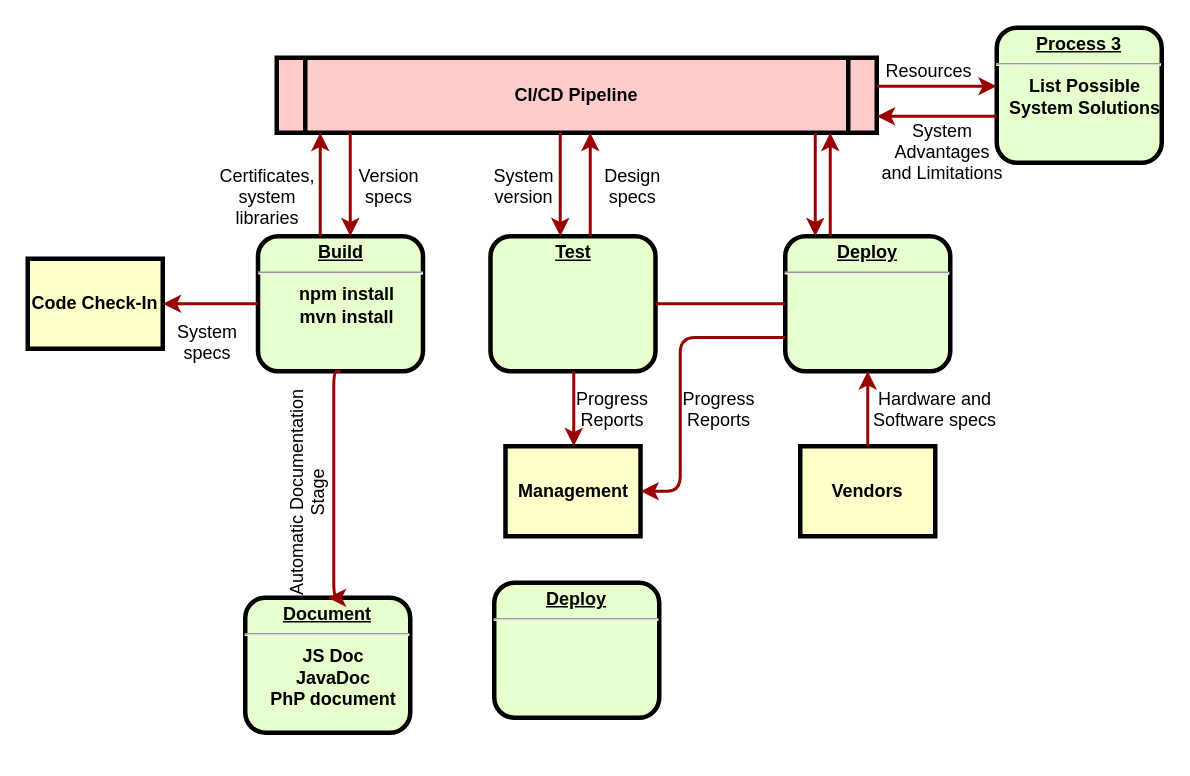
The draw.io diagram documentation.drawio in tobymoreno/mtls-proxy, before the edit. Source tidied: cells renumbered, new cells numbered last; positions are measured from the earlier drawing's top-left corner, leaving out a move shared by most shapes. Both pictures are drawn from the tidied source at 150%, with x=0, y=0 at pixel (27, 27).
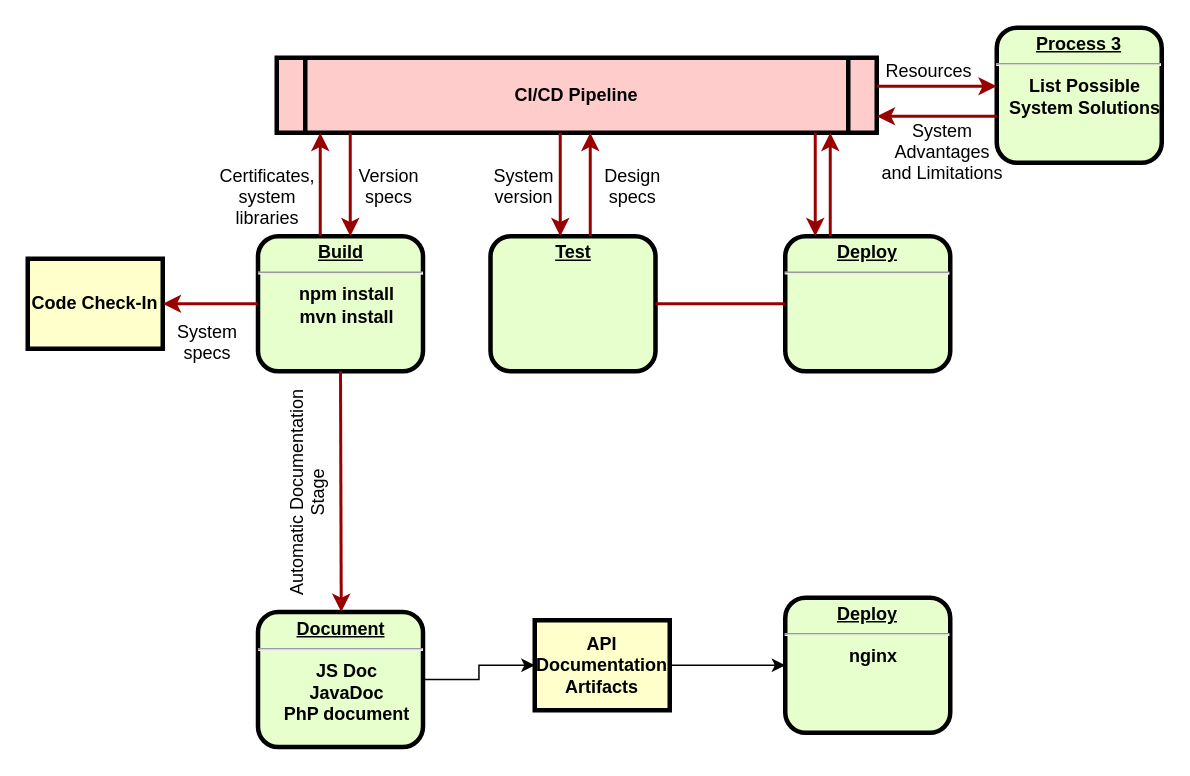
After the change.

The change refers to these unchanged cells:
```xml
<mxCell id="4" value="&lt;p style=&quot;margin: 0px; margin-top: 4px; text-align: center; text-decoration: underline;&quot;&gt;&lt;strong&gt;Deploy&lt;/strong&gt;&lt;/p&gt;&lt;hr&gt;&lt;p style=&quot;margin: 0px; margin-left: 8px;&quot;&gt;&lt;br&gt;&lt;/p&gt;" style="verticalAlign=middle;align=center;overflow=fill;fontSize=12;fontFamily=Helvetica;html=1;rounded=1;fontStyle=1;strokeWidth=3;fillColor=#E6FFCC;" parent="1" vertex="1">
  <mxGeometry x="505" y="139" width="110" height="90" as="geometry" />
</mxCell>
<mxCell id="9" value="&lt;p style=&quot;margin: 0px; margin-top: 4px; text-align: center; text-decoration: underline;&quot;&gt;&lt;strong&gt;Test&lt;br&gt;&lt;/strong&gt;&lt;/p&gt;&lt;p style=&quot;margin: 0px; margin-left: 8px;&quot;&gt;&lt;br&gt;&lt;/p&gt;" style="verticalAlign=middle;align=center;overflow=fill;fontSize=12;fontFamily=Helvetica;html=1;rounded=1;fontStyle=1;strokeWidth=3;fillColor=#E6FFCC;" parent="1" vertex="1">
  <mxGeometry x="308.5" y="139" width="110" height="90" as="geometry" />
</mxCell>
```

What changed in the source:
```diff
@@
-    <mxCell id="6" value="Management" style="whiteSpace=wrap;align=center;verticalAlign=middle;fontStyle=1;strokeWidth=3;fillColor=#FFFFCC;" parent="1" vertex="1">
-      <mxGeometry x="318.5" y="279" width="90" height="60" as="geometry" />
-    </mxCell>
@@
-    <mxCell id="8" value="Vendors" style="whiteSpace=wrap;align=center;verticalAlign=middle;fontStyle=1;strokeWidth=3;fillColor=#FFFFCC;" parent="1" vertex="1">
-      <mxGeometry x="515" y="279" width="90" height="60" as="geometry" />
-    </mxCell>
@@
-    <mxCell id="17" style="edgeStyle=elbowEdgeStyle;elbow=horizontal;strokeColor=#990000;strokeWidth=2;" parent="1" edge="1" source="8" target="4">
-      <mxGeometry relative="1" as="geometry" />
-    </mxCell>
-    <mxCell id="18" value="Hardware and&#10;Software specs" style="text;spacingTop=-5;align=center;" parent="1" vertex="1">
-      <mxGeometry x="590" y="239" width="30" height="20" as="geometry" />
-    </mxCell>
-    <mxCell id="19" style="edgeStyle=elbowEdgeStyle;elbow=horizontal;exitX=0;exitY=0.75;strokeColor=#990000;strokeWidth=2;" parent="1" edge="1" source="4" target="6">
-      <mxGeometry relative="1" as="geometry">
-        <Array as="points">
-          <mxPoint x="435" y="259" />
-        </Array>
-      </mxGeometry>
-    </mxCell>
-    <mxCell id="20" value="Progress&#10;Reports" style="text;spacingTop=-5;align=center;" parent="1" vertex="1">
-      <mxGeometry x="446" y="239" width="30" height="20" as="geometry" />
-    </mxCell>
-    <mxCell id="21" style="edgeStyle=elbowEdgeStyle;elbow=horizontal;strokeColor=#990000;strokeWidth=2;" parent="1" edge="1" source="9" target="6">
-      <mxGeometry relative="1" as="geometry" />
-    </mxCell>
-    <mxCell id="22" value="Progress&#10;Reports" style="text;spacingTop=-5;align=center;" parent="1" vertex="1">
-      <mxGeometry x="375" y="239" width="30" height="20" as="geometry" />
-    </mxCell>
@@
+    <mxCell id="37" style="edgeStyle=orthogonalEdgeStyle;rounded=0;jettySize=auto;html=1;" parent="1" edge="1" source="34" target="39">
+      <mxGeometry relative="1" as="geometry" />
+    </mxCell>
     <mxCell id="34" value="&lt;p style=&quot;margin: 0px; margin-top: 4px; text-align: center; text-decoration: underline;&quot;&gt;&lt;strong&gt;Document&lt;br&gt;&lt;/strong&gt;&lt;/p&gt;&lt;hr&gt;&lt;p style=&quot;margin: 0px; margin-left: 8px;&quot;&gt;&lt;span style=&quot;background-color: initial;&quot;&gt;JS Doc&lt;/span&gt;&lt;/p&gt;&lt;p style=&quot;margin: 0px; margin-left: 8px;&quot;&gt;&lt;span style=&quot;background-color: initial;&quot;&gt;JavaDoc&lt;/span&gt;&lt;/p&gt;&lt;p style=&quot;margin: 0px; margin-left: 8px;&quot;&gt;&lt;span style=&quot;background-color: initial;&quot;&gt;PhP document&lt;/span&gt;&lt;/p&gt;" style="verticalAlign=middle;align=center;overflow=fill;fontSize=12;fontFamily=Helvetica;html=1;rounded=1;fontStyle=1;strokeWidth=3;fillColor=#E6FFCC;" parent="1" vertex="1">
-      <mxGeometry x="145" y="380" width="110" height="90" as="geometry" />
+      <mxGeometry x="153.5" y="389.5" width="110" height="90" as="geometry" />
     </mxCell>
@@
-    <mxCell id="36" value="&lt;p style=&quot;margin: 0px; margin-top: 4px; text-align: center; text-decoration: underline;&quot;&gt;&lt;strong&gt;Deploy&lt;/strong&gt;&lt;/p&gt;&lt;hr&gt;&lt;p style=&quot;margin: 0px; margin-left: 8px;&quot;&gt;&lt;br&gt;&lt;/p&gt;" style="verticalAlign=middle;align=center;overflow=fill;fontSize=12;fontFamily=Helvetica;html=1;rounded=1;fontStyle=1;strokeWidth=3;fillColor=#E6FFCC;" parent="1" vertex="1">
-      <mxGeometry x="311" y="370" width="110" height="90" as="geometry" />
+    <mxCell id="36" value="&lt;p style=&quot;margin: 0px; margin-top: 4px; text-align: center; text-decoration: underline;&quot;&gt;&lt;strong&gt;Deploy&lt;/strong&gt;&lt;/p&gt;&lt;hr&gt;&lt;p style=&quot;margin: 0px; margin-left: 8px;&quot;&gt;nginx&lt;/p&gt;" style="verticalAlign=middle;align=center;overflow=fill;fontSize=12;fontFamily=Helvetica;html=1;rounded=1;fontStyle=1;strokeWidth=3;fillColor=#E6FFCC;" parent="1" vertex="1">
+      <mxGeometry x="505" y="380" width="110" height="90" as="geometry" />
     </mxCell>
+    <mxCell id="38" style="edgeStyle=orthogonalEdgeStyle;rounded=0;jettySize=auto;html=1;" parent="1" edge="1" source="39" target="36">
+      <mxGeometry relative="1" as="geometry" />
+    </mxCell>
+    <mxCell id="39" value="API Documentation Artifacts" style="whiteSpace=wrap;align=center;verticalAlign=middle;fontStyle=1;strokeWidth=3;fillColor=#FFFFCC;" parent="1" vertex="1">
+      <mxGeometry x="338" y="395" width="90" height="60" as="geometry" />
+    </mxCell>
```
